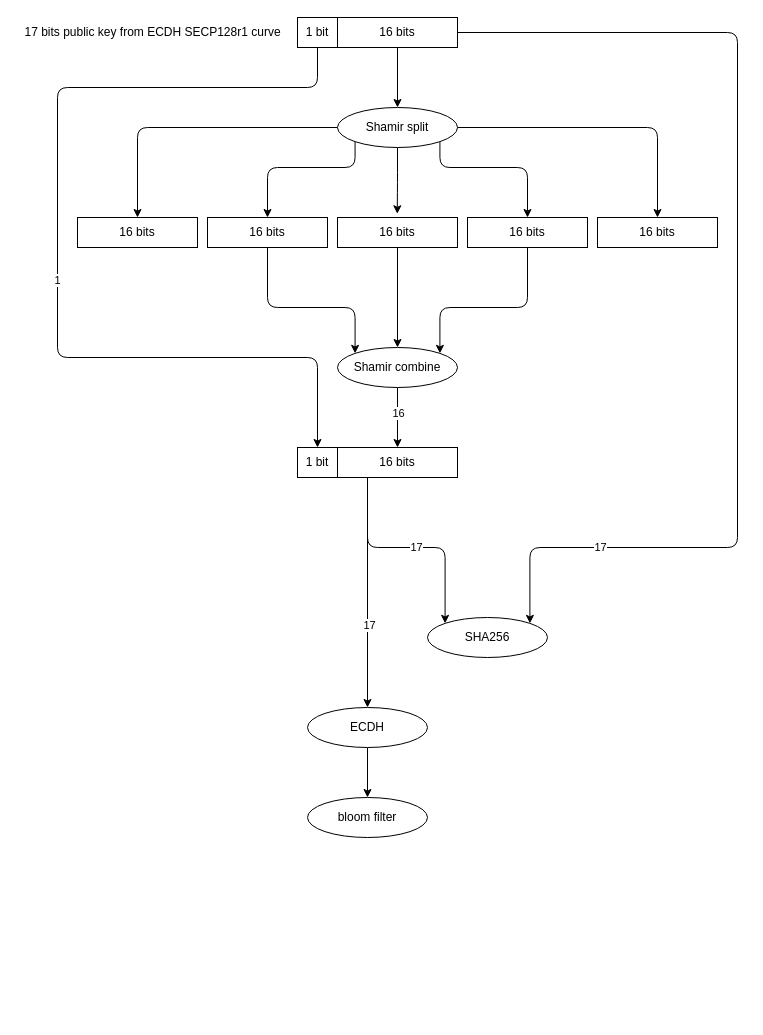
This is ecdh_shamir.drawio from sqzhou7/DIMY_COVID, a draw.io file, before an edit. Source tidied: cells renumbered, new cells numbered last; positions are measured from the earlier drawing's top-left corner, leaving out a move shared by most shapes. Both pictures are drawn from the tidied source at 100%, with x=0, y=0 at pixel (17, 17).
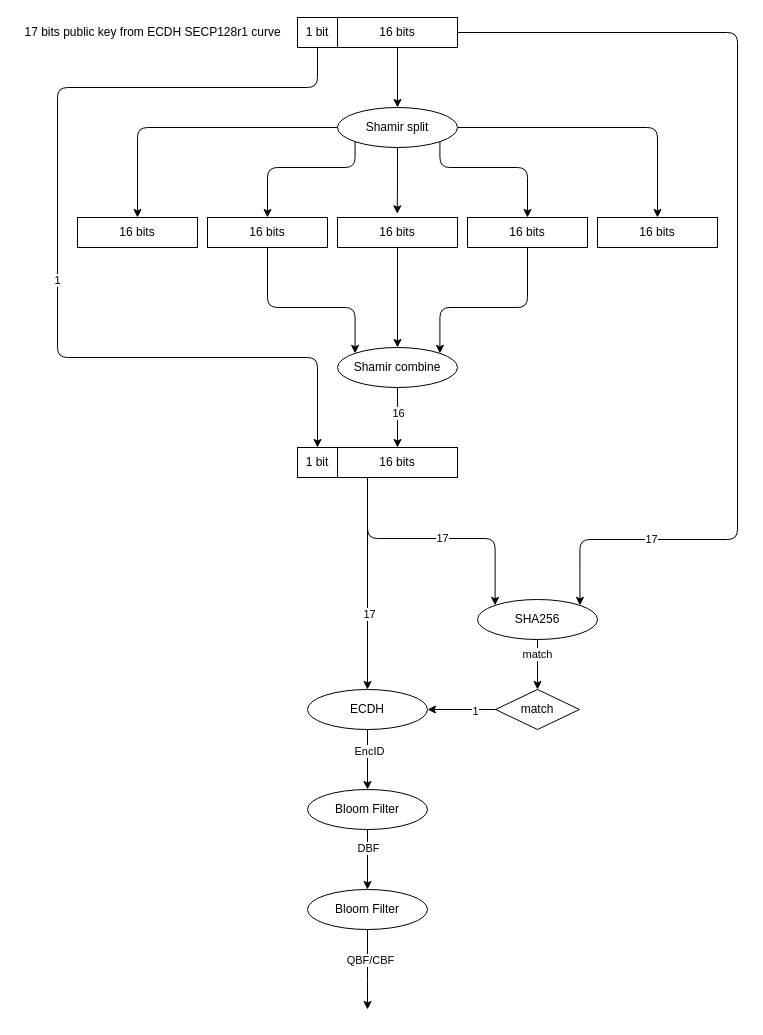
After the change.

Unchanged cells that the change refers to:
```xml
<mxCell id="10" value="16 bits" style="text;html=1;strokeColor=none;fillColor=none;align=center;verticalAlign=middle;whiteSpace=wrap;rounded=0;" parent="1" vertex="1">
  <mxGeometry x="320" width="120" height="30" as="geometry" />
</mxCell>
<mxCell id="37" style="edgeStyle=orthogonalEdgeStyle;html=1;entryX=0.5;entryY=0;entryDx=0;entryDy=0;" parent="1" edge="1" source="38" target="41">
  <mxGeometry relative="1" as="geometry" />
</mxCell>
```

Change to the diagram source:
```diff
@@
     <mxCell id="8" style="edgeStyle=orthogonalEdgeStyle;html=1;entryX=1;entryY=0;entryDx=0;entryDy=0;" parent="1" edge="1" source="10" target="36">
       <mxGeometry relative="1" as="geometry">
         <Array as="points">
           <mxPoint x="720" y="15" />
-          <mxPoint x="720" y="530" />
-          <mxPoint x="512" y="530" />
+          <mxPoint x="720" y="522" />
+          <mxPoint x="562" y="522" />
+          <mxPoint x="562" y="588" />
         </Array>
       </mxGeometry>
     </mxCell>
@@
+    <mxCell id="42" style="edgeStyle=orthogonalEdgeStyle;html=1;entryX=0.5;entryY=0;entryDx=0;entryDy=0;" parent="1" edge="1" source="36" target="49">
+      <mxGeometry relative="1" as="geometry" />
+    </mxCell>
+    <mxCell id="43" value="match" style="edgeLabel;html=1;align=center;verticalAlign=middle;" parent="42" vertex="1">
+      <mxGeometry x="-0.45" y="-1" relative="1" as="geometry" />
+    </mxCell>
     <mxCell id="36" value="SHA256" style="ellipse;whiteSpace=wrap;html=1;" parent="1" vertex="1">
-      <mxGeometry x="410" y="600" width="120" height="40" as="geometry" />
+      <mxGeometry x="460" y="582" width="120" height="40" as="geometry" />
     </mxCell>
@@
+    <mxCell id="44" value="EncID" style="edgeLabel;html=1;align=center;verticalAlign=middle;" parent="37" vertex="1">
+      <mxGeometry x="-0.3" y="1" relative="1" as="geometry" />
+    </mxCell>
     <mxCell id="38" value="ECDH" style="ellipse;whiteSpace=wrap;html=1;" parent="1" vertex="1">
-      <mxGeometry x="290" y="690" width="120" height="40" as="geometry" />
+      <mxGeometry x="290" y="672" width="120" height="40" as="geometry" />
     </mxCell>
@@
+    <mxCell id="45" style="edgeStyle=orthogonalEdgeStyle;html=1;entryX=0.5;entryY=0;entryDx=0;entryDy=0;" parent="1" edge="1" source="41" target="52">
+      <mxGeometry relative="1" as="geometry" />
+    </mxCell>
+    <mxCell id="46" value="DBF" style="edgeLabel;html=1;align=center;verticalAlign=middle;" parent="45" vertex="1">
+      <mxGeometry x="-0.39" relative="1" as="geometry" />
+    </mxCell>
-    <mxCell id="41" value="bloom filter" style="ellipse;whiteSpace=wrap;html=1;" parent="1" vertex="1">
-      <mxGeometry x="290" y="780" width="120" height="40" as="geometry" />
+    <mxCell id="41" value="Bloom Filter" style="ellipse;whiteSpace=wrap;html=1;" parent="1" vertex="1">
+      <mxGeometry x="290" y="772" width="120" height="40" as="geometry" />
     </mxCell>
+    <mxCell id="47" style="edgeStyle=orthogonalEdgeStyle;html=1;entryX=1;entryY=0.5;entryDx=0;entryDy=0;" parent="1" edge="1" source="49" target="38">
+      <mxGeometry relative="1" as="geometry" />
+    </mxCell>
+    <mxCell id="48" value="1" style="edgeLabel;html=1;align=center;verticalAlign=middle;" parent="47" vertex="1">
+      <mxGeometry x="-0.37" y="1" relative="1" as="geometry" />
+    </mxCell>
+    <mxCell id="49" value="match" style="rhombus;whiteSpace=wrap;html=1;" parent="1" vertex="1">
+      <mxGeometry x="478" y="672" width="84" height="40" as="geometry" />
+    </mxCell>
+    <mxCell id="50" style="edgeStyle=orthogonalEdgeStyle;html=1;" parent="1" edge="1" source="52">
+      <mxGeometry relative="1" as="geometry">
+        <mxPoint x="350" y="992" as="targetPoint" />
+      </mxGeometry>
+    </mxCell>
+    <mxCell id="51" value="QBF/CBF" style="edgeLabel;html=1;align=center;verticalAlign=middle;" parent="50" vertex="1">
+      <mxGeometry x="-0.25" y="2" relative="1" as="geometry" />
+    </mxCell>
+    <mxCell id="52" value="Bloom Filter" style="ellipse;whiteSpace=wrap;html=1;" parent="1" vertex="1">
+      <mxGeometry x="290" y="872" width="120" height="40" as="geometry" />
+    </mxCell>
```
